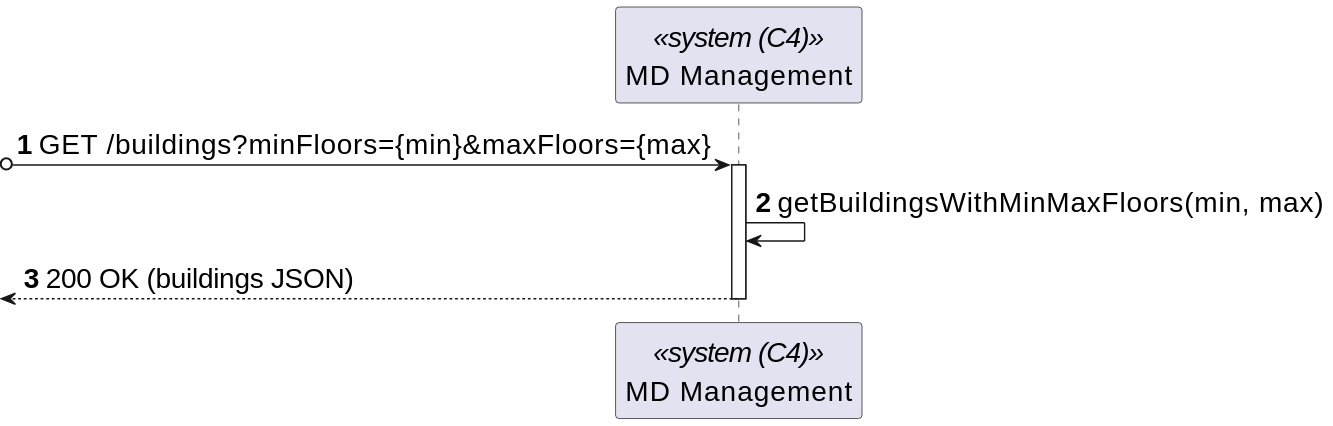
miseEnPlace-dev/lapr5 keeps this PlantUML diagram as _wiki/sprint-a/us07-210/views/level-2/assets/process-view.svg. Above is the earlier version. Its diagram source:
```plantuml
@startuml
skinparamlocked defaultFontSize 20
autonumber
participant SYS as "MD Management" <<system (C4)>>


?o-> SYS : GET /buildings?minFloors={min}&maxFloors={max}
activate SYS

SYS -> SYS : getBuildingsWithMinMaxFloors(min, max)
<-- SYS : 200 OK (buildings JSON)
deactivate SYS
@enduml
```
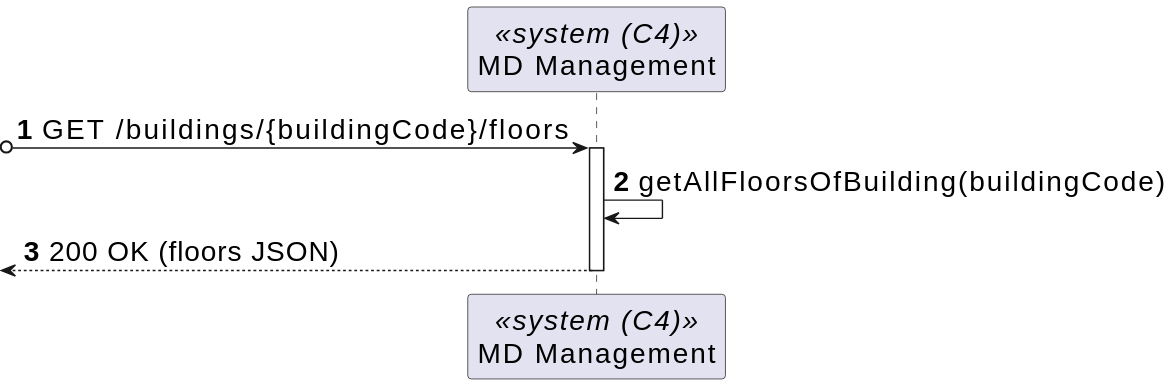
After the change.

What changed in the source:
```diff
@@ -4,10 +4,10 @@
 participant SYS as "MD Management" <<system (C4)>>
 
 
-?o-> SYS : GET /buildings?minFloors={min}&maxFloors={max}
+?o-> SYS : GET /buildings/{buildingCode}/floors
 activate SYS
 
-SYS -> SYS : getBuildingsWithMinMaxFloors(min, max)
-<-- SYS : 200 OK (buildings JSON)
+SYS -> SYS : getAllFloorsOfBuilding(buildingCode)
+<-- SYS : 200 OK (floors JSON)
 deactivate SYS
 @enduml
```
